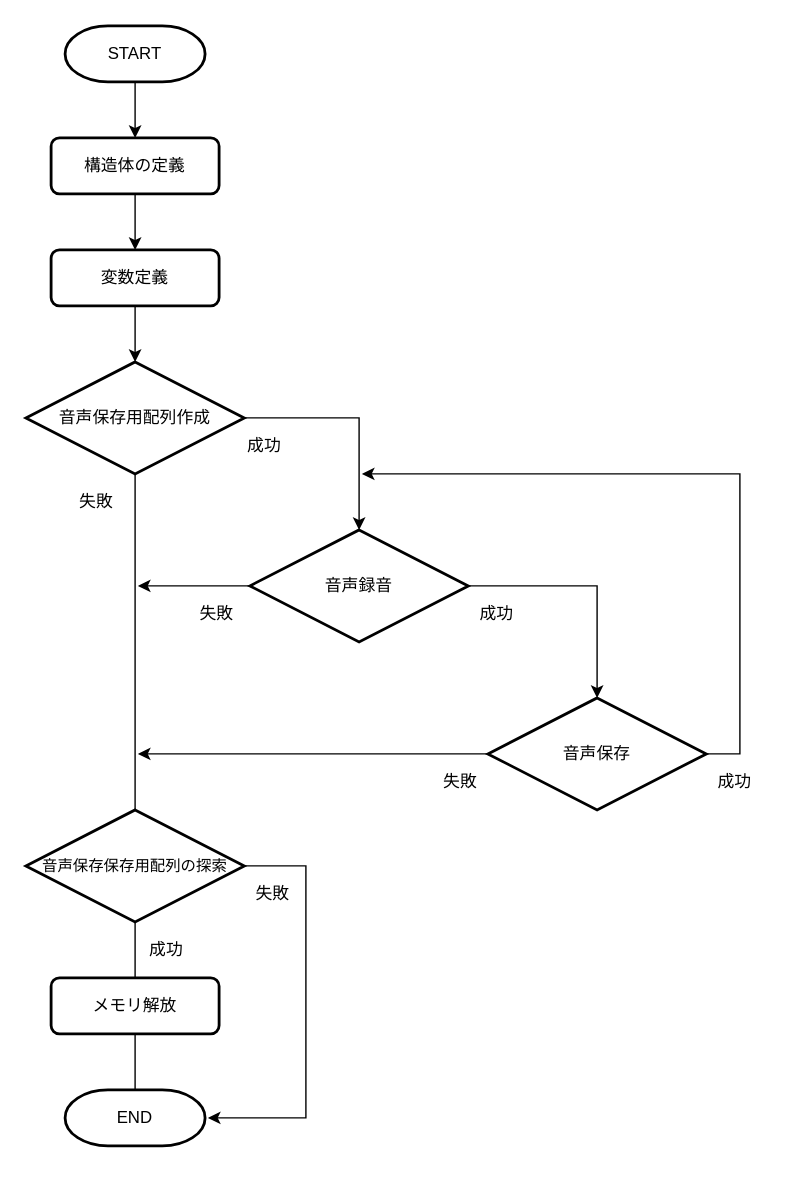
Before: Untitled Diagram.drawio in dorayaki38/GitSample, a draw.io diagram. Source tidied: cells renumbered, new cells numbered last; positions are measured from the earlier drawing's top-left corner, leaving out a move shared by most shapes. Both pictures are drawn from the tidied source at 140%, with x=0, y=0 at pixel (25, 25).
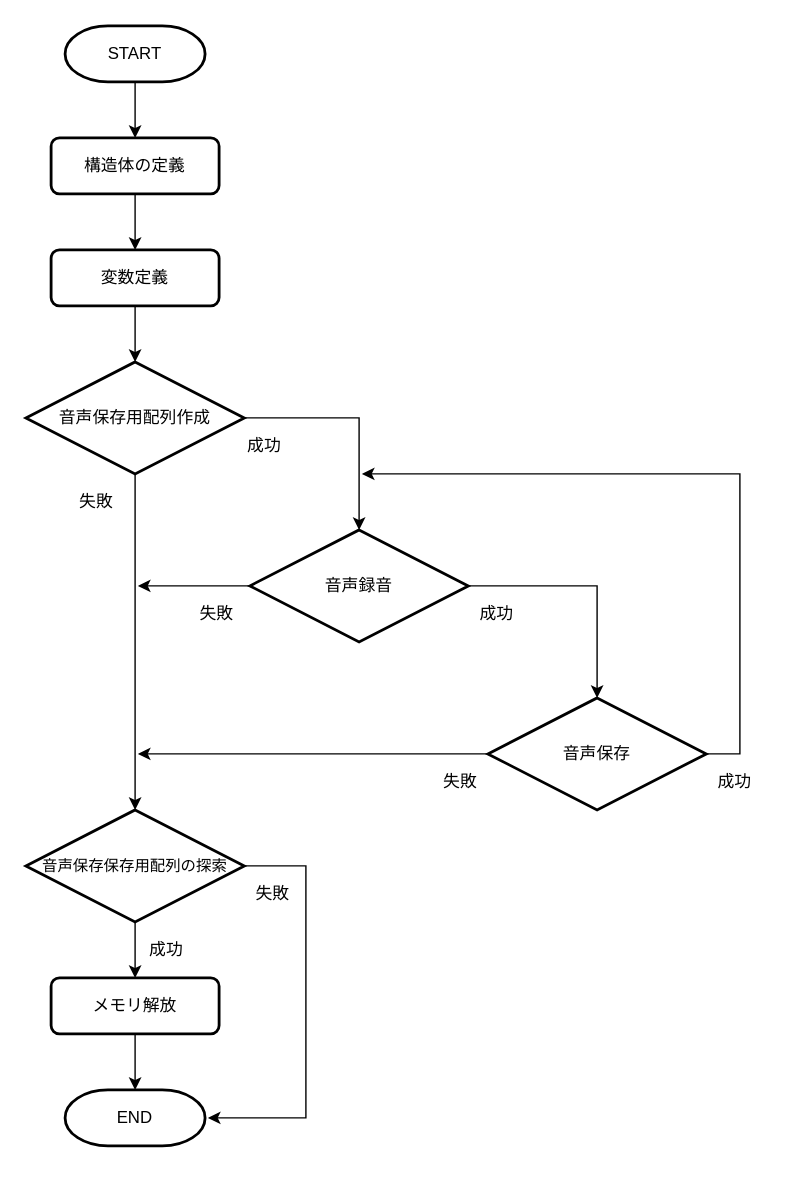
The same diagram, later.

The change refers to these unchanged cells:
```xml
<mxCell id="10" value="音声保存用配列作成" style="strokeWidth=2;html=1;shape=mxgraph.flowchart.decision;whiteSpace=wrap;" parent="1" vertex="1">
  <mxGeometry y="240" width="156" height="80" as="geometry" />
</mxCell>
<mxCell id="19" value="&lt;font style=&quot;font-size: 11px&quot;&gt;音声保存保存用配列の探索&lt;/font&gt;" style="strokeWidth=2;html=1;shape=mxgraph.flowchart.decision;whiteSpace=wrap;" parent="1" vertex="1">
  <mxGeometry y="560" width="156" height="80" as="geometry" />
</mxCell>
<mxCell id="21" value="メモリ解放" style="rounded=1;whiteSpace=wrap;html=1;strokeWidth=2;" parent="1" vertex="1">
  <mxGeometry x="18" y="680" width="120" height="40" as="geometry" />
</mxCell>
```

The edit, as a diff of the source:
```diff
@@
-    <mxCell id="8" style="edgeStyle=orthogonalEdgeStyle;rounded=0;jettySize=auto;html=1;" parent="1" edge="1" source="10">
-      <mxGeometry relative="1" as="geometry">
-        <mxPoint x="78" y="600" as="targetPoint" />
-      </mxGeometry>
+    <mxCell id="8" style="edgeStyle=orthogonalEdgeStyle;rounded=0;jettySize=auto;html=1;entryX=0.5;entryY=0;entryDx=0;entryDy=0;entryPerimeter=0;" parent="1" edge="1" source="10" target="19">
+      <mxGeometry relative="1" as="geometry" />
     </mxCell>
@@
-    <mxCell id="17" style="edgeStyle=orthogonalEdgeStyle;rounded=0;jettySize=auto;html=1;" parent="1" edge="1" source="19">
-      <mxGeometry relative="1" as="geometry">
-        <mxPoint x="78" y="720" as="targetPoint" />
-      </mxGeometry>
+    <mxCell id="17" style="edgeStyle=orthogonalEdgeStyle;rounded=0;jettySize=auto;html=1;" parent="1" edge="1" source="19" target="21">
+      <mxGeometry relative="1" as="geometry" />
     </mxCell>
@@
     <mxCell id="20" style="edgeStyle=orthogonalEdgeStyle;rounded=0;jettySize=auto;html=1;" parent="1" edge="1" source="21">
       <mxGeometry relative="1" as="geometry">
-        <mxPoint x="78" y="800" as="targetPoint" />
+        <mxPoint x="78" y="760" as="targetPoint" />
       </mxGeometry>
     </mxCell>
```
